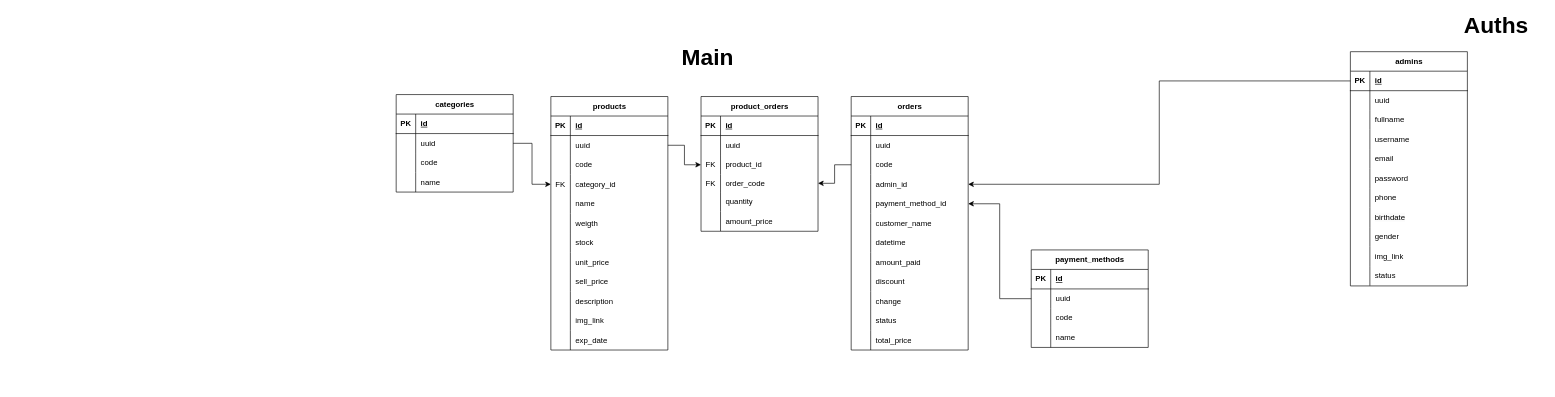
This is src/assets/erd_pos_express.drawio from mynamss/pos-express-ejs, a draw.io file, before an edit. Source tidied: cells renumbered, new cells numbered last; positions are measured from the earlier drawing's top-left corner, leaving out a move shared by most shapes. Both pictures are drawn from the tidied source at 65%, with x=0, y=0 at pixel (396, 12).
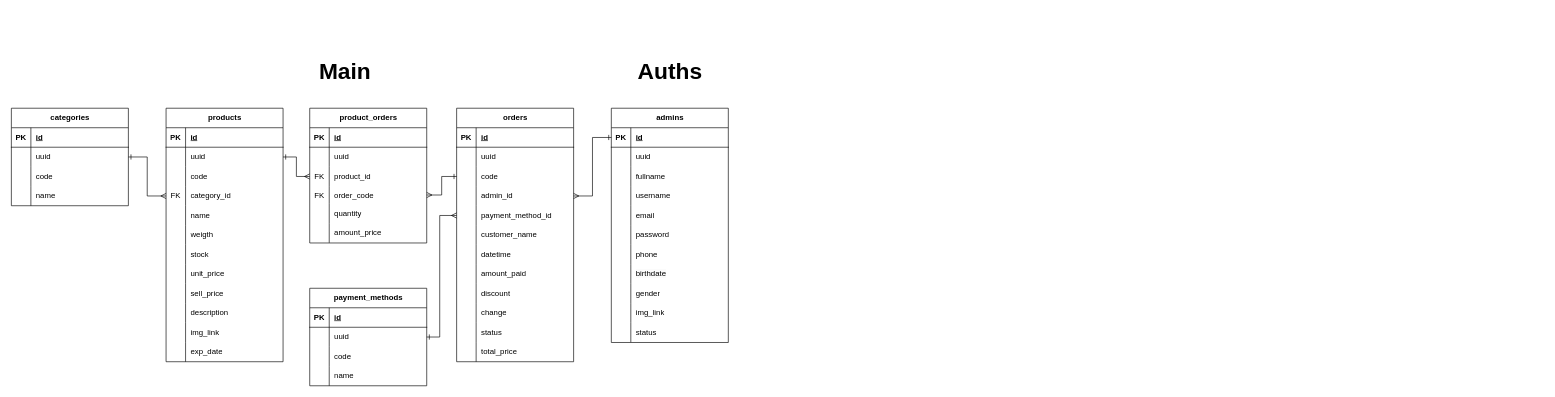
The same page after the edit.

Unchanged cells that the change refers to:
```xml
<mxCell id="5" style="shape=tableRow;horizontal=0;startSize=0;swimlaneHead=0;swimlaneBody=0;fillColor=none;points=[[0,0.5],[1,0.5]];portConstraint=eastwest;top=0;left=0;right=0;bottom=1;" parent="4" vertex="1">
  <mxGeometry y="30" width="180" height="30" as="geometry" />
</mxCell>
<mxCell id="42" style="shape=tableRow;horizontal=0;startSize=0;swimlaneHead=0;swimlaneBody=0;fillColor=none;points=[[0,0.5],[1,0.5]];portConstraint=eastwest;top=0;left=0;right=0;bottom=0;" parent="38" vertex="1">
  <mxGeometry y="60" width="180" height="30" as="geometry" />
</mxCell>
<mxCell id="48" style="shape=tableRow;horizontal=0;startSize=0;swimlaneHead=0;swimlaneBody=0;fillColor=none;points=[[0,0.5],[1,0.5]];portConstraint=eastwest;top=0;left=0;right=0;bottom=0;" parent="38" vertex="1">
  <mxGeometry y="120" width="180" height="30" as="geometry" />
</mxCell>
<mxCell id="96" style="shape=tableRow;horizontal=0;startSize=0;swimlaneHead=0;swimlaneBody=0;fillColor=none;points=[[0,0.5],[1,0.5]];portConstraint=eastwest;top=0;left=0;right=0;bottom=0;" parent="89" vertex="1">
  <mxGeometry y="90" width="180" height="30" as="geometry" />
</mxCell>
<mxCell id="99" style="shape=tableRow;horizontal=0;startSize=0;swimlaneHead=0;swimlaneBody=0;fillColor=none;points=[[0,0.5],[1,0.5]];portConstraint=eastwest;top=0;left=0;right=0;bottom=0;" parent="89" vertex="1">
  <mxGeometry y="120" width="180" height="30" as="geometry" />
</mxCell>
<mxCell id="102" style="shape=tableRow;horizontal=0;startSize=0;swimlaneHead=0;swimlaneBody=0;fillColor=none;points=[[0,0.5],[1,0.5]];portConstraint=eastwest;top=0;left=0;right=0;bottom=0;" parent="89" vertex="1">
  <mxGeometry y="150" width="180" height="30" as="geometry" />
</mxCell>
<mxCell id="133" style="shape=tableRow;horizontal=0;startSize=0;swimlaneHead=0;swimlaneBody=0;fillColor=none;points=[[0,0.5],[1,0.5]];portConstraint=eastwest;top=0;left=0;right=0;bottom=0;" parent="126" vertex="1">
  <mxGeometry y="90" width="180" height="30" as="geometry" />
</mxCell>
<mxCell id="136" style="shape=tableRow;horizontal=0;startSize=0;swimlaneHead=0;swimlaneBody=0;fillColor=none;points=[[0,0.5],[1,0.5]];portConstraint=eastwest;top=0;left=0;right=0;bottom=0;" parent="126" vertex="1">
  <mxGeometry y="120" width="180" height="27" as="geometry" />
</mxCell>
<mxCell id="152" style="shape=tableRow;horizontal=0;startSize=0;swimlaneHead=0;swimlaneBody=0;fillColor=none;points=[[0,0.5],[1,0.5]];portConstraint=eastwest;top=0;left=0;right=0;bottom=0;" parent="148" vertex="1">
  <mxGeometry y="60" width="180" height="30" as="geometry" />
</mxCell>
```

Diff of the diagram source:
```diff
@@
     <mxCell id="2" value="&lt;b&gt;&lt;font style=&quot;font-size: 35px;&quot;&gt;Auths&lt;/font&gt;&lt;/b&gt;" style="text;html=1;align=center;verticalAlign=middle;whiteSpace=wrap;rounded=0;" parent="1" vertex="1">
-      <mxGeometry x="1619" width="147" height="40" as="geometry" />
+      <mxGeometry x="347.5" y="70" width="147" height="40" as="geometry" />
     </mxCell>
     <mxCell id="3" value="&lt;b&gt;&lt;font style=&quot;font-size: 35px;&quot;&gt;Main&lt;/font&gt;&lt;/b&gt;" style="text;html=1;align=center;verticalAlign=middle;whiteSpace=wrap;rounded=0;" parent="1" vertex="1">
-      <mxGeometry x="406" y="49" width="147" height="40" as="geometry" />
+      <mxGeometry x="-152" y="70" width="147" height="40" as="geometry" />
     </mxCell>
     <mxCell id="4" value="admins" style="shape=table;startSize=30;childLayout=tableLayout;rowLines=0;fontStyle=1;align=center;html=1;" parent="1" vertex="1">
-      <mxGeometry x="1468" y="61" width="180" height="360.4" as="geometry" />
+      <mxGeometry x="331" y="148" width="180" height="360.4" as="geometry" />
     </mxCell>
@@
     <mxCell id="38" value="products" style="shape=table;startSize=30;childLayout=tableLayout;rowLines=0;fontStyle=1;align=center;html=1;" parent="1" vertex="1">
-      <mxGeometry x="238" y="130" width="180" height="390" as="geometry" />
+      <mxGeometry x="-354" y="148" width="180" height="390" as="geometry" />
     </mxCell>
@@
     <mxCell id="75" value="categories" style="shape=table;startSize=30;childLayout=tableLayout;rowLines=0;fontStyle=1;align=center;html=1;" parent="1" vertex="1">
-      <mxGeometry y="127" width="180" height="150" as="geometry" />
+      <mxGeometry x="-592" y="148" width="180" height="150" as="geometry" />
     </mxCell>
@@
-    <mxCell id="88" style="edgeStyle=orthogonalEdgeStyle;rounded=0;jettySize=auto;html=1;entryX=0;entryY=0.5;entryDx=0;entryDy=0;exitX=1;exitY=0.5;exitDx=0;exitDy=0;" parent="1" edge="1" source="75" target="48">
+    <mxCell id="88" style="edgeStyle=orthogonalEdgeStyle;rounded=0;jettySize=auto;html=1;entryX=0;entryY=0.5;entryDx=0;entryDy=0;exitX=1;exitY=0.5;exitDx=0;exitDy=0;startArrow=ERone;startFill=0;endArrow=ERmany;endFill=0;" parent="1" edge="1" source="75" target="48">
       <mxGeometry relative="1" as="geometry" />
     </mxCell>
     <mxCell id="89" value="orders" style="shape=table;startSize=30;childLayout=tableLayout;rowLines=0;fontStyle=1;align=center;html=1;" parent="1" vertex="1">
-      <mxGeometry x="700" y="130" width="180" height="390" as="geometry" />
+      <mxGeometry x="93" y="148" width="180" height="390" as="geometry" />
     </mxCell>
@@
     <mxCell id="126" value="product_orders" style="shape=table;startSize=30;childLayout=tableLayout;rowLines=0;fontStyle=1;align=center;html=1;" parent="1" vertex="1">
-      <mxGeometry x="469" y="130" width="180" height="207.3" as="geometry" />
+      <mxGeometry x="-133" y="148" width="180" height="207.3" as="geometry" />
     </mxCell>
@@
-    <mxCell id="145" style="edgeStyle=orthogonalEdgeStyle;rounded=0;jettySize=auto;html=1;entryX=1;entryY=0.5;entryDx=0;entryDy=0;exitX=0;exitY=0.5;exitDx=0;exitDy=0;" parent="1" edge="1" source="96" target="136">
+    <mxCell id="145" style="edgeStyle=orthogonalEdgeStyle;rounded=0;jettySize=auto;html=1;entryX=1;entryY=0.5;entryDx=0;entryDy=0;exitX=0;exitY=0.5;exitDx=0;exitDy=0;startArrow=ERone;startFill=0;endArrow=ERmany;endFill=0;" parent="1" edge="1" source="96" target="136">
       <mxGeometry relative="1" as="geometry" />
     </mxCell>
-    <mxCell id="146" style="edgeStyle=orthogonalEdgeStyle;rounded=0;jettySize=auto;html=1;entryX=0;entryY=0.5;entryDx=0;entryDy=0;exitX=1;exitY=0.5;exitDx=0;exitDy=0;" parent="1" edge="1" source="42" target="133">
+    <mxCell id="146" style="edgeStyle=orthogonalEdgeStyle;rounded=0;jettySize=auto;html=1;entryX=0;entryY=0.5;entryDx=0;entryDy=0;exitX=1;exitY=0.5;exitDx=0;exitDy=0;startArrow=ERone;startFill=0;endArrow=ERmany;endFill=0;" parent="1" edge="1" source="42" target="133">
       <mxGeometry relative="1" as="geometry" />
     </mxCell>
-    <mxCell id="147" style="edgeStyle=orthogonalEdgeStyle;rounded=0;jettySize=auto;html=1;entryX=1;entryY=0.5;entryDx=0;entryDy=0;" parent="1" edge="1" source="5" target="99">
+    <mxCell id="147" style="edgeStyle=orthogonalEdgeStyle;rounded=0;jettySize=auto;html=1;entryX=1;entryY=0.5;entryDx=0;entryDy=0;startArrow=ERone;startFill=0;endArrow=ERmany;endFill=0;" parent="1" edge="1" source="5" target="99">
       <mxGeometry relative="1" as="geometry" />
     </mxCell>
     <mxCell id="148" value="payment_methods" style="shape=table;startSize=30;childLayout=tableLayout;rowLines=0;fontStyle=1;align=center;html=1;" parent="1" vertex="1">
-      <mxGeometry x="977" y="366" width="180" height="150" as="geometry" />
+      <mxGeometry x="-133" y="425" width="180" height="150" as="geometry" />
     </mxCell>
@@
-    <mxCell id="161" style="edgeStyle=orthogonalEdgeStyle;rounded=0;jettySize=auto;html=1;entryX=1;entryY=0.5;entryDx=0;entryDy=0;" parent="1" edge="1" source="152" target="102">
-      <mxGeometry relative="1" as="geometry" />
+    <mxCell id="161" style="edgeStyle=orthogonalEdgeStyle;rounded=0;jettySize=auto;html=1;startArrow=ERone;startFill=0;endArrow=ERmany;endFill=0;entryX=0;entryY=0.5;entryDx=0;entryDy=0;" parent="1" edge="1" source="152" target="102">
+      <mxGeometry relative="1" as="geometry">
+        <Array as="points">
+          <mxPoint x="67" y="500" />
+          <mxPoint x="67" y="313" />
+        </Array>
+      </mxGeometry>
     </mxCell>
```
